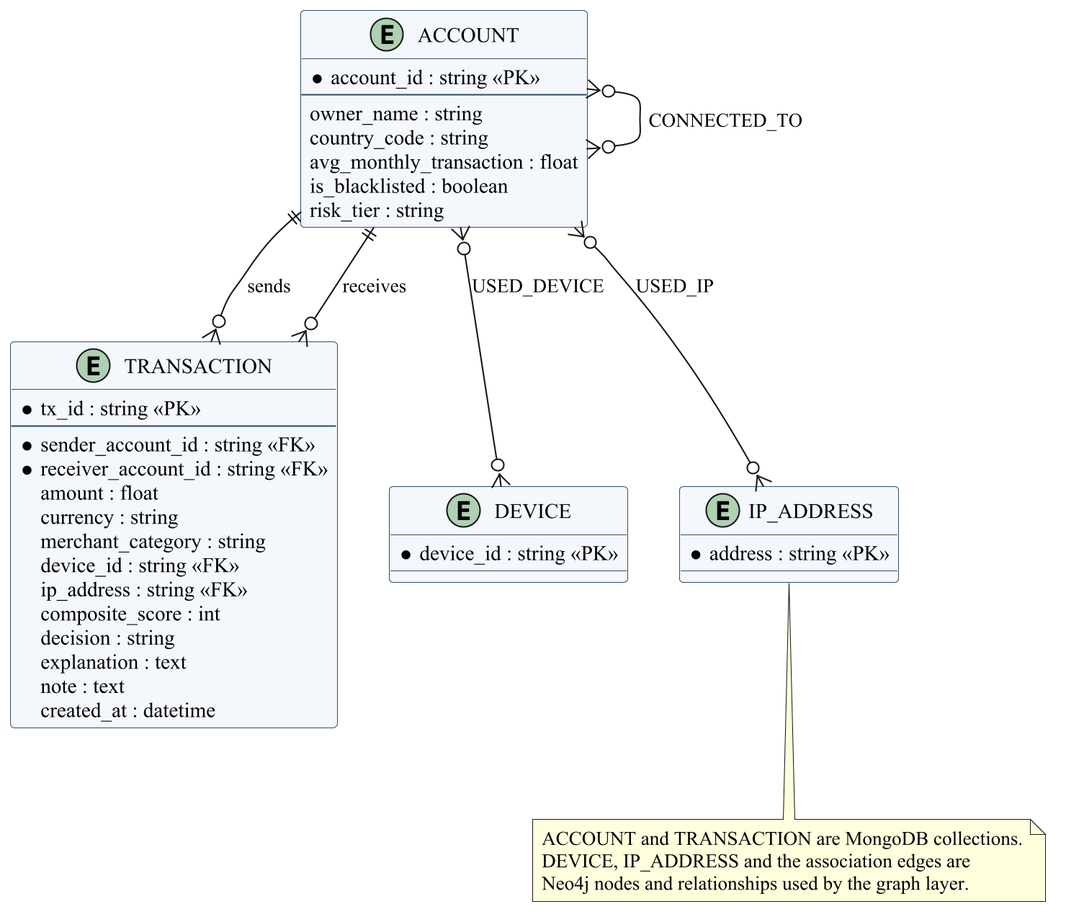
Above: docs/diagrams/09-er.png in OMJOSHI15/indus11 (PlantUML), before the change.
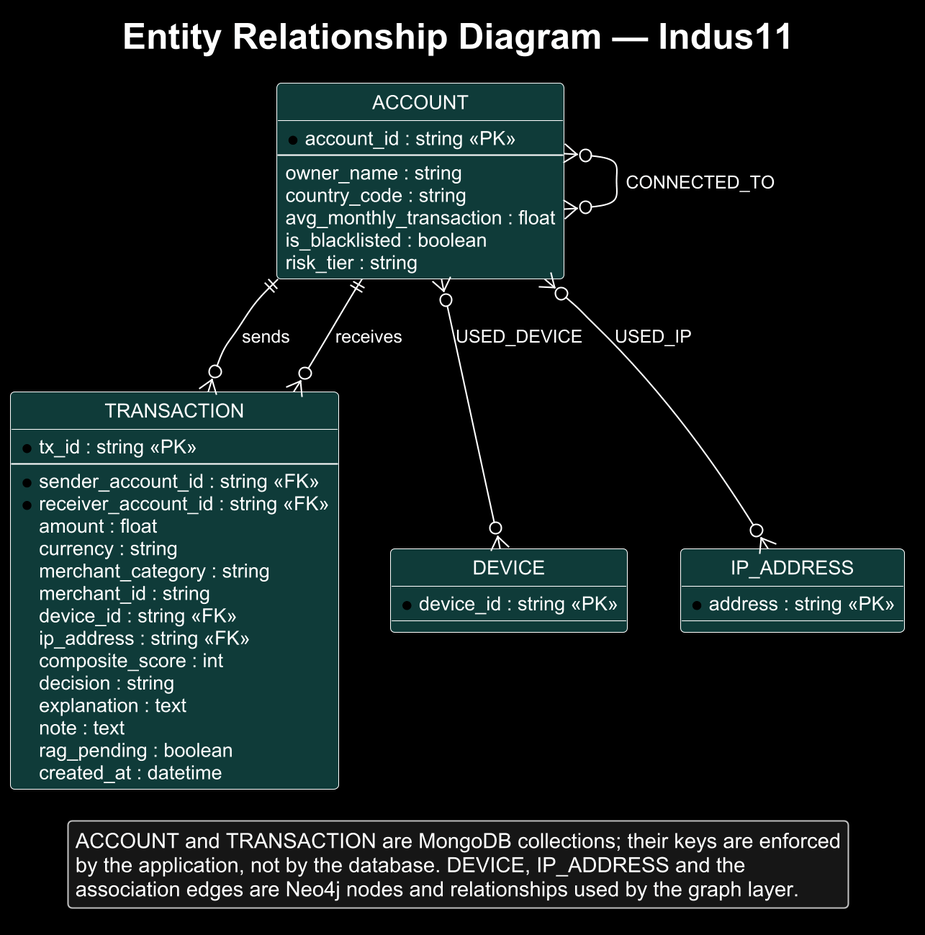
After the change.

The edit, as a diff of the source:
```diff
@@ -1,12 +1,9 @@
 @startuml
-skinparam dpi 200
-skinparam backgroundColor white
-skinparam shadowing false
-skinparam defaultFontName Times New Roman
-skinparam class {
-  BorderColor #2F4F6F
-  BackgroundColor #F4F7FB
-}
+!include _theme.iuml
+skinparam legendBackgroundColor #161616
+skinparam legendBorderColor #BFBFBF
+title Entity Relationship Diagram — Indus11
+hide circle
 entity ACCOUNT {
   * account_id : string <<PK>>
   --
@@ -24,12 +21,14 @@
   amount : float
   currency : string
   merchant_category : string
+  merchant_id : string
   device_id : string <<FK>>
   ip_address : string <<FK>>
   composite_score : int
   decision : string
   explanation : text
   note : text
+  rag_pending : boolean
   created_at : datetime
 }
 entity DEVICE {
@@ -43,9 +42,9 @@
 ACCOUNT }o--o{ DEVICE : USED_DEVICE
 ACCOUNT }o--o{ IP_ADDRESS : USED_IP
 ACCOUNT }o--o{ ACCOUNT : CONNECTED_TO
-note bottom
-  ACCOUNT and TRANSACTION are MongoDB collections.
-  DEVICE, IP_ADDRESS and the association edges are
-  Neo4j nodes and relationships used by the graph layer.
-end note
+legend bottom
+  ACCOUNT and TRANSACTION are MongoDB collections; their keys are enforced
+  by the application, not by the database. DEVICE, IP_ADDRESS and the
+  association edges are Neo4j nodes and relationships used by the graph layer.
+endlegend
 @enduml
```
